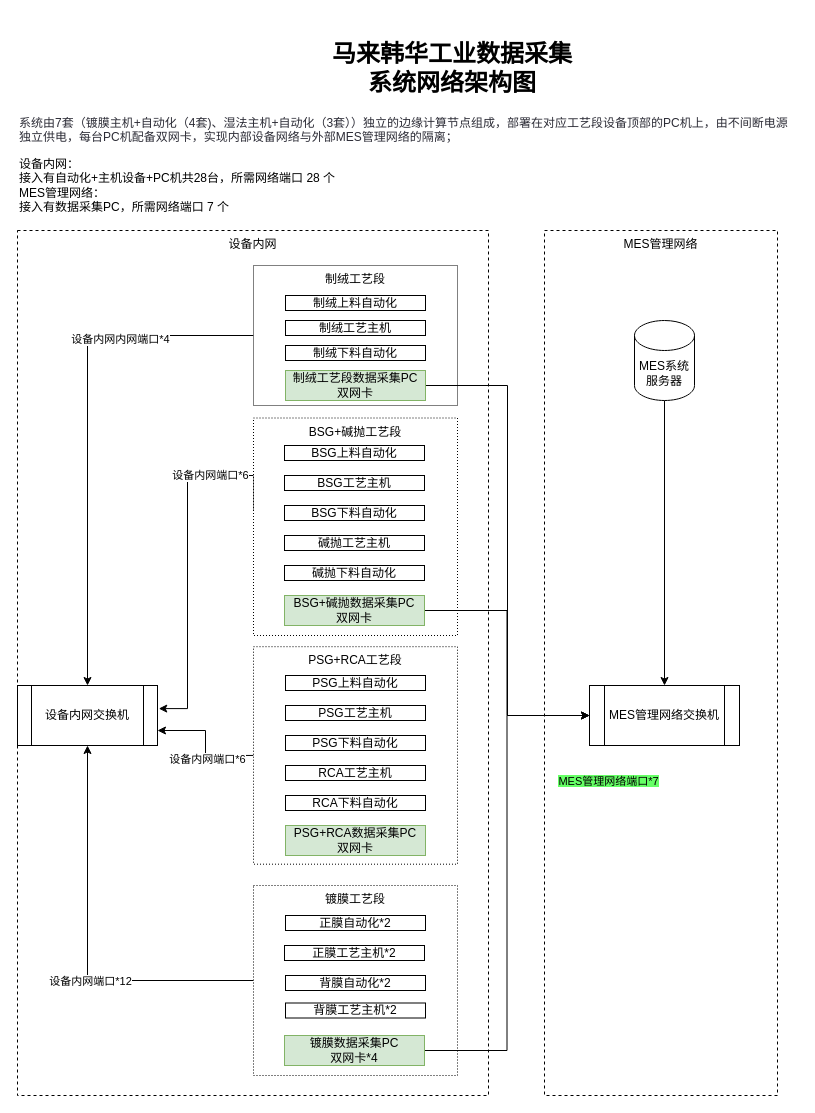
Before: 马来韩华工业数据采集系统网络架构图.drawio in poenr/poenr.github.io, a draw.io diagram. Source tidied: cells renumbered, new cells numbered last; positions are measured from the earlier drawing's top-left corner, leaving out a move shared by most shapes. Both pictures are drawn from the tidied source at 100%, with x=0, y=0 at pixel (17, 17).
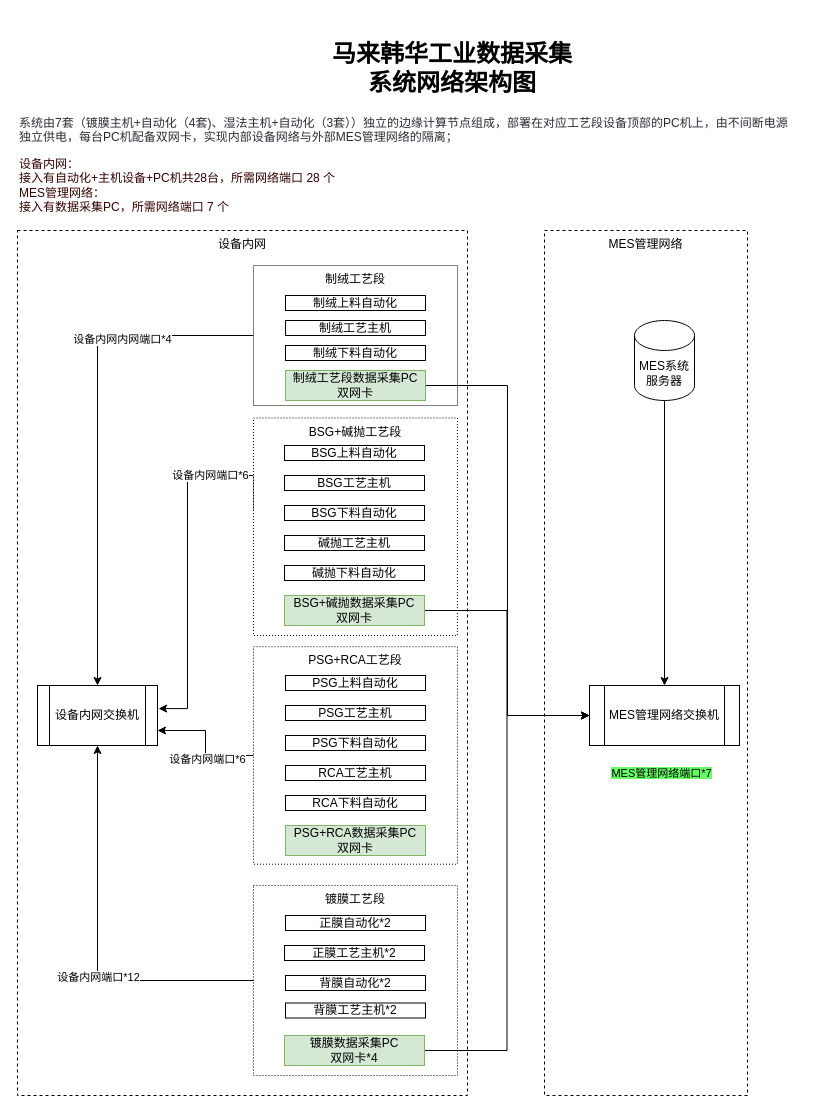
The same page after the edit.

Commit message:
更新马来韩华工业数据采集系统网络架构图.drawio

The change refers to these unchanged cells:
```xml
<mxCell id="19" style="edgeStyle=orthogonalEdgeStyle;rounded=0;jettySize=auto;html=1;exitX=1;exitY=0.5;exitDx=0;exitDy=0;entryX=0;entryY=0.5;entryDx=0;entryDy=0;" parent="1" edge="1" source="21" target="15">
  <mxGeometry relative="1" as="geometry" />
</mxCell>
```

What changed in the source:
```diff
@@
     <mxCell id="2" value="MES管理网络" style="rounded=0;whiteSpace=wrap;html=1;verticalAlign=top;dashed=1;" parent="1" vertex="1">
-      <mxGeometry x="527" y="213" width="233" height="865" as="geometry" />
+      <mxGeometry x="527" y="213" width="203" height="865" as="geometry" />
     </mxCell>
     <mxCell id="3" value="设备内网" style="rounded=0;whiteSpace=wrap;html=1;verticalAlign=top;dashed=1;" parent="1" vertex="1">
-      <mxGeometry y="213" width="471" height="865" as="geometry" />
+      <mxGeometry y="213" width="450" height="865" as="geometry" />
     </mxCell>
@@
     <mxCell id="14" value="&lt;span style=&quot;text-wrap-mode: nowrap;&quot;&gt;设备内网交换机&lt;/span&gt;" style="shape=process;whiteSpace=wrap;html=1;backgroundOutline=1;" parent="1" vertex="1">
-      <mxGeometry y="668" width="140" height="60" as="geometry" />
+      <mxGeometry x="20" y="668" width="120" height="60" as="geometry" />
     </mxCell>
@@
     <mxCell id="20" value="&lt;span style=&quot;background-color: rgb(102, 255, 102);&quot;&gt;MES管理网络端口*7&lt;/span&gt;" style="edgeLabel;html=1;align=center;verticalAlign=middle;" parent="19" vertex="1">
       <mxGeometry x="0.14" y="2" relative="1" as="geometry">
-        <mxPoint x="99" y="99" as="offset" />
+        <mxPoint x="152" y="91" as="offset" />
       </mxGeometry>
     </mxCell>
@@
-    <mxCell id="25" value="&lt;p&gt;&lt;/p&gt;&lt;p&gt;&lt;span class=&quot;ne-text&quot; style=&quot;color: rgb(44, 44, 54);&quot;&gt;&lt;font&gt;系统由7&lt;/font&gt;&lt;/span&gt;&lt;span style=&quot;color: rgb(44, 44, 54); background-color: transparent;&quot;&gt;套&lt;/span&gt;&lt;span style=&quot;color: light-dark(rgb(44, 44, 54), rgb(198, 198, 206)); background-color: transparent;&quot;&gt;（镀膜主机+自动化（4套)、湿法主机+自动化（3套））独立的边缘计算节点组成，部署在对应工艺段设备顶部的PC机上，由不间断电源独立供电，每台PC机配备双网卡，实现内部设备网络与外部MES管理网络的隔离；&lt;/span&gt;&lt;/p&gt;&lt;font&gt;设备内网：&lt;br&gt;接入有自动化+主机设备+PC机共28台，&lt;span style=&quot;background-color: transparent; color: light-dark(rgb(0, 0, 0), rgb(255, 255, 255));&quot;&gt;所需网络端口 28 个&lt;/span&gt;&lt;br&gt;MES管理网络：&lt;br&gt;接入有数据采集PC，所需网络端口 7 个&lt;/font&gt;&lt;p&gt;&lt;/p&gt;" style="text;html=1;whiteSpace=wrap;strokeColor=none;fillColor=none;align=left;verticalAlign=top;rounded=0;" parent="1" vertex="1">
+    <mxCell id="25" value="&lt;p&gt;&lt;/p&gt;&lt;p&gt;&lt;span class=&quot;ne-text&quot; style=&quot;color: rgb(44, 44, 54);&quot;&gt;&lt;font&gt;系统由7&lt;/font&gt;&lt;/span&gt;&lt;span style=&quot;color: rgb(44, 44, 54); background-color: transparent;&quot;&gt;套&lt;/span&gt;&lt;span style=&quot;color: light-dark(rgb(44, 44, 54), rgb(198, 198, 206)); background-color: transparent;&quot;&gt;（镀膜主机+自动化（4套)、湿法主机+自动化（3套））独立的边缘计算节点组成，部署在对应工艺段设备顶部的PC机上，由不间断电源独立供电，每台PC机配备双网卡，实现内部设备网络与外部MES管理网络的隔离；&lt;/span&gt;&lt;/p&gt;&lt;font style=&quot;color: rgb(51, 0, 0);&quot;&gt;设备内网：&lt;br&gt;接入有自动化+主机设备+PC机共28台，&lt;span style=&quot;background-color: transparent;&quot;&gt;所需网络端口 28 个&lt;/span&gt;&lt;br&gt;MES管理网络：&lt;br&gt;接入有数据采集PC，所需网络端口 7 个&lt;/font&gt;&lt;p&gt;&lt;/p&gt;" style="text;html=1;whiteSpace=wrap;strokeColor=none;fillColor=none;align=left;verticalAlign=top;rounded=0;" parent="1" vertex="1">
       <mxGeometry y="80" width="780" height="120" as="geometry" />
     </mxCell>
```
